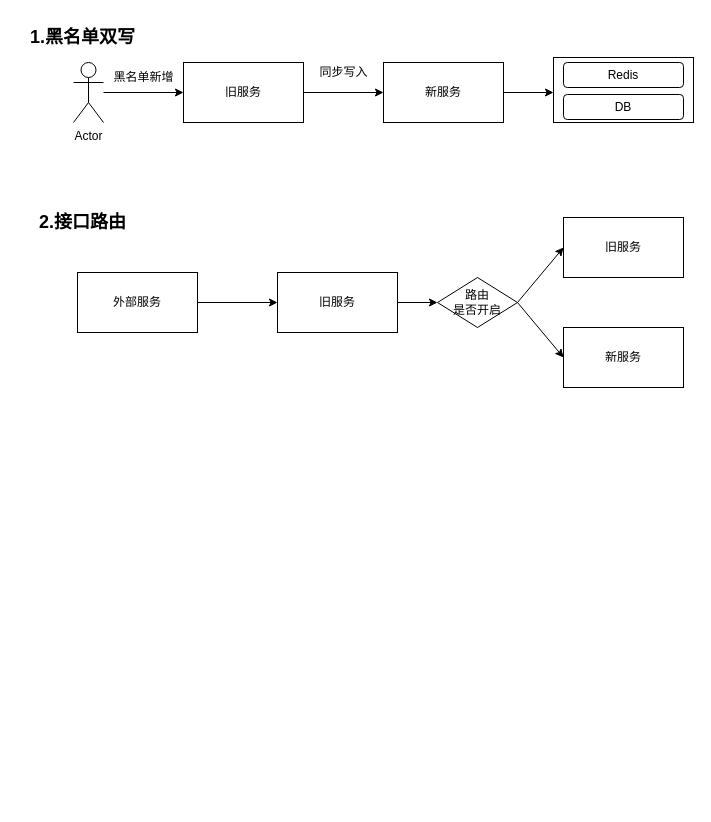
This is 未命名绘图.drawio from fengpan0403/notes, a draw.io file, before an edit. Source tidied: cells renumbered, new cells numbered last; positions are measured from the earlier drawing's top-left corner, leaving out a move shared by most shapes. Both pictures are drawn from the tidied source at 100%, with x=0, y=0 at pixel (17, 17).
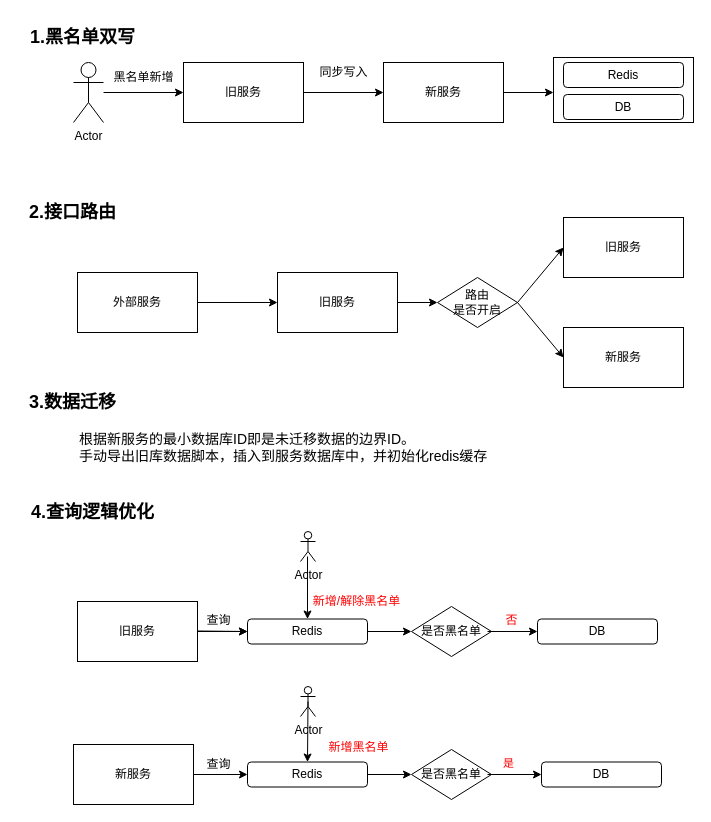
After the change.

Commit message:
黑名单迁移.drawio

The edit, as a diff of the source:
```diff
@@
     <mxCell id="14" value="&lt;b&gt;&lt;font style=&quot;font-size: 18px;&quot;&gt;2.接口路由&lt;/font&gt;&lt;/b&gt;" style="text;html=1;align=center;verticalAlign=middle;strokeColor=none;fillColor=none;" parent="1" vertex="1">
-      <mxGeometry x="10" y="185" width="110" height="40" as="geometry" />
+      <mxGeometry y="175" width="110" height="40" as="geometry" />
     </mxCell>
@@
+    <mxCell id="24" value="&lt;b&gt;&lt;font style=&quot;font-size: 18px;&quot;&gt;3.数据迁移&lt;/font&gt;&lt;/b&gt;" style="text;html=1;align=center;verticalAlign=middle;strokeColor=none;fillColor=none;" parent="1" vertex="1">
+      <mxGeometry y="365" width="110" height="40" as="geometry" />
+    </mxCell>
+    <mxCell id="25" value="&lt;font style=&quot;font-size: 14px;&quot;&gt;根据新服务的最小数据库ID即是未迁移数据的边界ID。&lt;br&gt;手动导出旧库数据脚本，插入到服务数据库中，并初始化redis缓存&lt;/font&gt;" style="text;html=1;align=left;verticalAlign=middle;strokeColor=none;fillColor=none;" parent="1" vertex="1">
+      <mxGeometry x="60" y="405" width="430" height="50" as="geometry" />
+    </mxCell>
+    <mxCell id="26" value="&lt;b&gt;&lt;font style=&quot;font-size: 18px;&quot;&gt;4.查询逻辑优化&lt;/font&gt;&lt;/b&gt;" style="text;html=1;align=center;verticalAlign=middle;strokeColor=none;fillColor=none;" parent="1" vertex="1">
+      <mxGeometry y="475" width="150" height="40" as="geometry" />
+    </mxCell>
+    <mxCell id="27" style="edgeStyle=orthogonalEdgeStyle;rounded=0;jettySize=auto;html=1;" parent="1" edge="1" source="28" target="29">
+      <mxGeometry relative="1" as="geometry" />
+    </mxCell>
+    <mxCell id="28" value="旧服务" style="rounded=0;whiteSpace=wrap;html=1;" parent="1" vertex="1">
+      <mxGeometry x="60" y="584" width="120" height="60" as="geometry" />
+    </mxCell>
+    <mxCell id="29" value="Redis" style="rounded=1;whiteSpace=wrap;html=1;" parent="1" vertex="1">
+      <mxGeometry x="230" y="601.5" width="120" height="25" as="geometry" />
+    </mxCell>
+    <mxCell id="30" value="DB" style="rounded=1;whiteSpace=wrap;html=1;" parent="1" vertex="1">
+      <mxGeometry x="520" y="601.5" width="120" height="25" as="geometry" />
+    </mxCell>
+    <mxCell id="31" style="endArrow=classic;html=1;rounded=0;exitX=1;exitY=0.5;exitDx=0;exitDy=0;" parent="1" edge="1">
+      <mxGeometry relative="1" as="geometry">
+        <mxPoint x="180" y="613.5" as="sourcePoint" />
+        <mxPoint x="230" y="614" as="targetPoint" />
+      </mxGeometry>
+    </mxCell>
+    <mxCell id="32" value="是否黑名单" style="rhombus;whiteSpace=wrap;html=1;" parent="1" vertex="1">
+      <mxGeometry x="394" y="589" width="80" height="50" as="geometry" />
+    </mxCell>
+    <mxCell id="33" style="endArrow=classic;html=1;rounded=0;entryX=0;entryY=0.5;entryDx=0;entryDy=0;" parent="1" edge="1" target="32">
+      <mxGeometry relative="1" as="geometry">
+        <mxPoint x="350" y="614" as="sourcePoint" />
+      </mxGeometry>
+    </mxCell>
+    <mxCell id="34" style="endArrow=classic;html=1;rounded=0;entryX=0;entryY=0.5;entryDx=0;entryDy=0;" parent="1" edge="1" target="30">
+      <mxGeometry relative="1" as="geometry">
+        <mxPoint x="470" y="614" as="sourcePoint" />
+      </mxGeometry>
+    </mxCell>
+    <mxCell id="35" value="否" style="text;html=1;align=center;verticalAlign=middle;strokeColor=none;fillColor=none;fontColor=#FF0000;" parent="1" vertex="1">
+      <mxGeometry x="474" y="588" width="40" height="30" as="geometry" />
+    </mxCell>
+    <mxCell id="36" value="新服务" style="rounded=0;whiteSpace=wrap;html=1;" parent="1" vertex="1">
+      <mxGeometry x="56" y="727" width="120" height="60" as="geometry" />
+    </mxCell>
+    <mxCell id="37" value="Redis" style="rounded=1;whiteSpace=wrap;html=1;" parent="1" vertex="1">
+      <mxGeometry x="230" y="744.5" width="120" height="25" as="geometry" />
+    </mxCell>
+    <mxCell id="38" style="endArrow=classic;html=1;rounded=0;exitX=1;exitY=0.5;exitDx=0;exitDy=0;" parent="1" edge="1" source="36">
+      <mxGeometry relative="1" as="geometry">
+        <mxPoint x="230" y="757" as="targetPoint" />
+      </mxGeometry>
+    </mxCell>
+    <mxCell id="39" value="是否黑名单" style="rhombus;whiteSpace=wrap;html=1;" parent="1" vertex="1">
+      <mxGeometry x="394" y="732" width="80" height="50" as="geometry" />
+    </mxCell>
+    <mxCell id="40" style="endArrow=classic;html=1;rounded=0;exitX=1;exitY=0.5;exitDx=0;exitDy=0;entryX=0;entryY=0.5;entryDx=0;entryDy=0;" parent="1" edge="1" source="37" target="39">
+      <mxGeometry relative="1" as="geometry" />
+    </mxCell>
+    <mxCell id="41" value="DB" style="rounded=1;whiteSpace=wrap;html=1;" parent="1" vertex="1">
+      <mxGeometry x="524" y="744.5" width="120" height="25" as="geometry" />
+    </mxCell>
+    <mxCell id="42" style="endArrow=classic;html=1;rounded=0;entryX=0;entryY=0.5;entryDx=0;entryDy=0;" parent="1" edge="1" target="41">
+      <mxGeometry relative="1" as="geometry">
+        <mxPoint x="470" y="757" as="sourcePoint" />
+      </mxGeometry>
+    </mxCell>
+    <mxCell id="43" value="是" style="edgeLabel;html=1;align=center;verticalAlign=middle;fontColor=#FF0000;" parent="42" vertex="1">
+      <mxGeometry x="-0.52" y="7" relative="1" as="geometry">
+        <mxPoint x="7" y="-5" as="offset" />
+      </mxGeometry>
+    </mxCell>
+    <mxCell id="44" value="新增/解除黑名单" style="text;html=1;align=center;verticalAlign=middle;strokeColor=none;fillColor=none;fontColor=#FF0000;" parent="1" vertex="1">
+      <mxGeometry x="284" y="569" width="110" height="30" as="geometry" />
+    </mxCell>
+    <mxCell id="45" value="Actor" style="shape=umlActor;verticalLabelPosition=bottom;verticalAlign=top;html=1;" parent="1" vertex="1">
+      <mxGeometry x="283" y="514" width="15" height="30" as="geometry" />
+    </mxCell>
+    <mxCell id="46" style="endArrow=classic;html=1;rounded=0;entryX=0.5;entryY=0;entryDx=0;entryDy=0;" parent="1" edge="1" target="29">
+      <mxGeometry relative="1" as="geometry">
+        <mxPoint x="290" y="539" as="sourcePoint" />
+      </mxGeometry>
+    </mxCell>
+    <mxCell id="47" value="Actor" style="shape=umlActor;verticalLabelPosition=bottom;verticalAlign=top;html=1;outlineConnect=0;" parent="1" vertex="1">
+      <mxGeometry x="283" y="669" width="15" height="30" as="geometry" />
+    </mxCell>
+    <mxCell id="48" style="endArrow=classic;html=1;rounded=0;entryX=0.5;entryY=0;entryDx=0;entryDy=0;exitX=0.5;exitY=0.5;exitDx=0;exitDy=0;exitPerimeter=0;" parent="1" edge="1" source="47" target="37">
+      <mxGeometry relative="1" as="geometry" />
+    </mxCell>
+    <mxCell id="49" value="新增黑名单" style="text;html=1;align=center;verticalAlign=middle;strokeColor=none;fillColor=none;fontColor=#FF0000;" parent="1" vertex="1">
+      <mxGeometry x="301" y="714.5" width="80" height="30" as="geometry" />
+    </mxCell>
+    <mxCell id="50" value="查询" style="text;html=1;align=center;verticalAlign=middle;strokeColor=none;fillColor=none;" parent="1" vertex="1">
+      <mxGeometry x="176" y="732" width="50" height="30" as="geometry" />
+    </mxCell>
+    <mxCell id="51" value="查询" style="text;html=1;align=center;verticalAlign=middle;strokeColor=none;fillColor=none;" parent="1" vertex="1">
+      <mxGeometry x="176" y="588" width="50" height="30" as="geometry" />
+    </mxCell>
```
